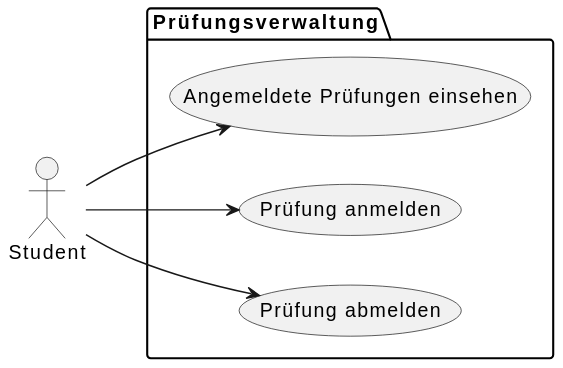
Before: paper/diagrams/use_cases.svg, a diagram exported from PlantUML (PaulTorm/acd-microservice-go). Source of this version:
```plantuml
@startuml
left to right direction
actor Student as s

package Prüfungsverwaltung {
  usecase "Prüfung abmelden" as UC1
  usecase "Prüfung anmelden" as UC2
  usecase "Angemeldete Prüfungen einsehen" as UC3
}

s --> UC1
s --> UC2
s --> UC3
@enduml
```
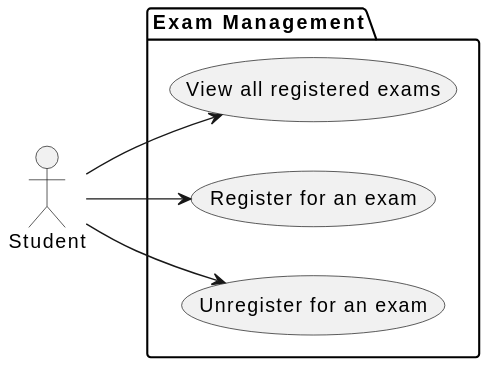
The same file after the commit.

Commit message:
sequence for exam register

The edit, as a diff of the source:
```diff
@@ -2,10 +2,10 @@
 left to right direction
 actor Student as s
 
-package Prüfungsverwaltung {
-  usecase "Prüfung abmelden" as UC1
-  usecase "Prüfung anmelden" as UC2
-  usecase "Angemeldete Prüfungen einsehen" as UC3
+package "Exam Management" {
+  usecase "Unregister for an exam" as UC1
+  usecase "Register for an exam" as UC2
+  usecase "View all registered exams" as UC3
 }
 
 s --> UC1
```
